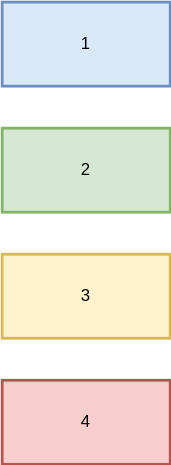
Earlier version of the draw.io export 2021-09-20 Notion Journal Structure.svg (androchentw/diagrams-res). Source tidied: cells renumbered, new cells last; positions are measured from the earlier drawing's top-left corner, leaving out a move shared by most shapes. Its diagram source:
```xml
<mxGraphModel>
  <root>
    <mxCell id="0" />
    <mxCell id="1" parent="0" />
    <mxCell id="2" value="3" style="whiteSpace=wrap;html=1;strokeWidth=2;fillColor=#fff2cc;strokeColor=#d6b656;fontStyle=0;" parent="1" vertex="1">
      <mxGeometry y="180" width="120" height="60" as="geometry" />
    </mxCell>
    <mxCell id="3" value="1" style="whiteSpace=wrap;html=1;strokeWidth=2;fillColor=#dae8fc;strokeColor=#6c8ebf;fontStyle=0;" parent="1" vertex="1">
      <mxGeometry width="120" height="60" as="geometry" />
    </mxCell>
    <mxCell id="4" value="4" style="whiteSpace=wrap;html=1;strokeWidth=2;fillColor=#f8cecc;strokeColor=#b85450;fontStyle=0;" parent="1" vertex="1">
      <mxGeometry y="270" width="120" height="60" as="geometry" />
    </mxCell>
    <mxCell id="5" value="2" style="whiteSpace=wrap;html=1;strokeWidth=2;fillColor=#d5e8d4;strokeColor=#82b366;" parent="1" vertex="1">
      <mxGeometry y="90" width="120" height="60" as="geometry" />
    </mxCell>
  </root>
</mxGraphModel>
```
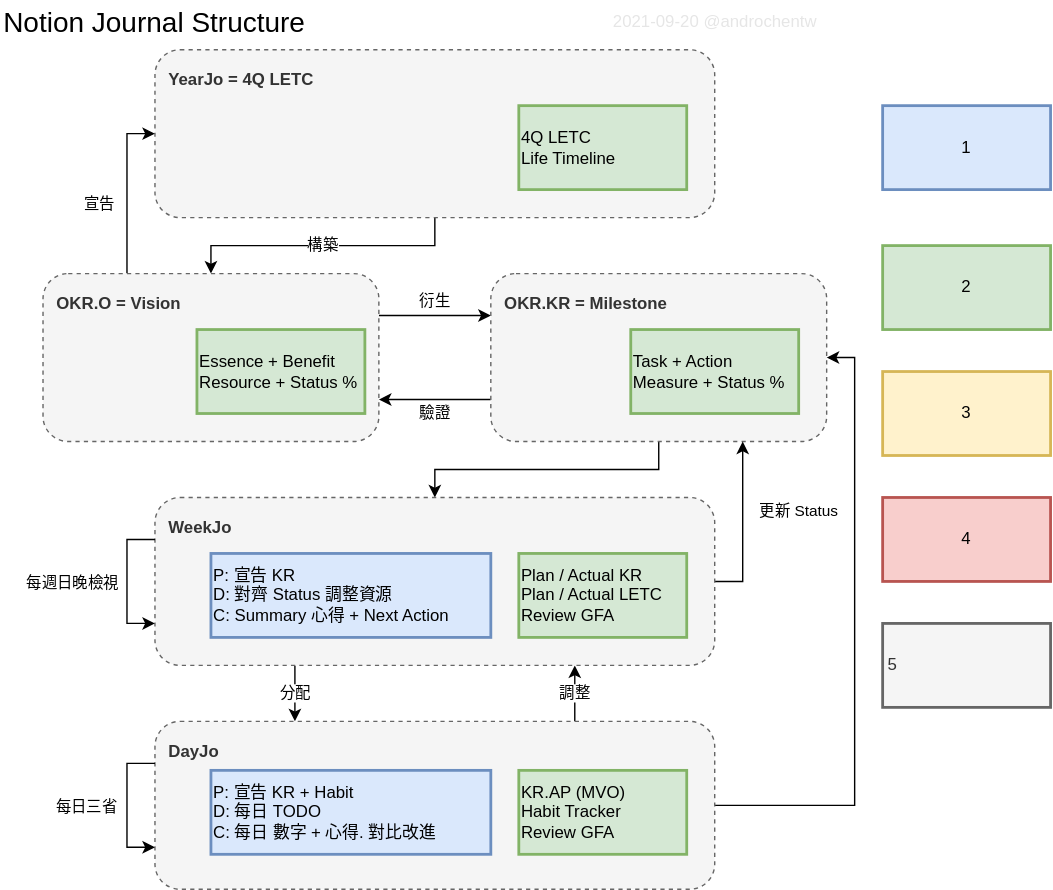
The same file after the commit.

Change to the diagram source:
```diff
@@ -1,12 +1,36 @@
-<mxGraphModel>
+<mxGraphModel background="#ffffff">
   <root>
     <mxCell id="0" />
     <mxCell id="1" parent="0" />
+    <mxCell id="6" value="構築" style="edgeStyle=orthogonalEdgeStyle;rounded=0;jettySize=auto;html=1;exitX=0.5;exitY=1;exitDx=0;exitDy=0;" parent="1" edge="1" source="7" target="10">
+      <mxGeometry relative="1" as="geometry" />
+    </mxCell>
+    <mxCell id="7" value="YearJo = 4Q LETC" style="rounded=1;whiteSpace=wrap;html=1;fillColor=#f5f5f5;dashed=1;align=left;verticalAlign=top;spacingTop=0;spacing=10;strokeColor=#666666;fontColor=#333333;fontStyle=1;" parent="1" vertex="1">
+      <mxGeometry x="-520" y="-50" width="400" height="120" as="geometry" />
+    </mxCell>
+    <mxCell id="8" value="衍生" style="edgeStyle=orthogonalEdgeStyle;rounded=0;jettySize=auto;html=1;exitX=1;exitY=0.25;exitDx=0;exitDy=0;entryX=0;entryY=0.25;entryDx=0;entryDy=0;" parent="1" edge="1" source="10" target="13">
+      <mxGeometry y="10" relative="1" as="geometry" />
+    </mxCell>
+    <mxCell id="9" value="宣告" style="edgeStyle=orthogonalEdgeStyle;rounded=0;jettySize=auto;html=1;exitX=0.25;exitY=0;exitDx=0;exitDy=0;entryX=0;entryY=0.5;entryDx=0;entryDy=0;" parent="1" edge="1" source="10" target="7">
+      <mxGeometry x="-0.17" y="20" relative="1" as="geometry" />
+    </mxCell>
+    <mxCell id="10" value="OKR.O = Vision" style="rounded=1;whiteSpace=wrap;html=1;fillColor=#f5f5f5;dashed=1;align=left;verticalAlign=top;spacingTop=0;spacing=10;strokeColor=#666666;fontColor=#333333;fontStyle=1;" parent="1" vertex="1">
+      <mxGeometry x="-600" y="110" width="240" height="120" as="geometry" />
+    </mxCell>
+    <mxCell id="11" value="驗證" style="edgeStyle=orthogonalEdgeStyle;rounded=0;jettySize=auto;html=1;exitX=0;exitY=0.75;exitDx=0;exitDy=0;entryX=1;entryY=0.75;entryDx=0;entryDy=0;" parent="1" edge="1" source="13" target="10">
+      <mxGeometry y="10" relative="1" as="geometry" />
+    </mxCell>
+    <mxCell id="12" style="edgeStyle=orthogonalEdgeStyle;rounded=0;jettySize=auto;html=1;exitX=0.5;exitY=1;exitDx=0;exitDy=0;entryX=0.5;entryY=0;entryDx=0;entryDy=0;" parent="1" edge="1" source="13" target="29">
+      <mxGeometry relative="1" as="geometry" />
+    </mxCell>
+    <mxCell id="13" value="OKR.KR = Milestone" style="rounded=1;whiteSpace=wrap;html=1;fillColor=#f5f5f5;dashed=1;align=left;verticalAlign=top;spacingTop=0;spacing=10;strokeColor=#666666;fontColor=#333333;fontStyle=1;" parent="1" vertex="1">
+      <mxGeometry x="-280" y="110" width="240" height="120" as="geometry" />
+    </mxCell>
     <mxCell id="2" value="3" style="whiteSpace=wrap;html=1;strokeWidth=2;fillColor=#fff2cc;strokeColor=#d6b656;fontStyle=0;" parent="1" vertex="1">
       <mxGeometry y="180" width="120" height="60" as="geometry" />
     </mxCell>
     <mxCell id="3" value="1" style="whiteSpace=wrap;html=1;strokeWidth=2;fillColor=#dae8fc;strokeColor=#6c8ebf;fontStyle=0;" parent="1" vertex="1">
-      <mxGeometry width="120" height="60" as="geometry" />
+      <mxGeometry y="-10" width="120" height="60" as="geometry" />
     </mxCell>
     <mxCell id="4" value="4" style="whiteSpace=wrap;html=1;strokeWidth=2;fillColor=#f8cecc;strokeColor=#b85450;fontStyle=0;" parent="1" vertex="1">
       <mxGeometry y="270" width="120" height="60" as="geometry" />
@@ -14,5 +38,79 @@
     <mxCell id="5" value="2" style="whiteSpace=wrap;html=1;strokeWidth=2;fillColor=#d5e8d4;strokeColor=#82b366;" parent="1" vertex="1">
       <mxGeometry y="90" width="120" height="60" as="geometry" />
     </mxCell>
+    <mxCell id="14" value="&lt;span&gt;5&lt;/span&gt;" style="whiteSpace=wrap;html=1;strokeWidth=2;fillColor=#f5f5f5;strokeColor=#666666;fontColor=#333333;align=left;perimeterSpacing=0;spacingLeft=2;fontStyle=0;" parent="1" vertex="1">
+      <mxGeometry y="360" width="120" height="60" as="geometry" />
+    </mxCell>
+    <mxCell id="15" value="分配" style="edgeStyle=orthogonalEdgeStyle;rounded=0;jettySize=auto;html=1;exitX=0.25;exitY=1;exitDx=0;exitDy=0;entryX=0.25;entryY=0;entryDx=0;entryDy=0;" parent="1" edge="1" source="29" target="24">
+      <mxGeometry relative="1" as="geometry" />
+    </mxCell>
+    <mxCell id="16" value="調整" style="edgeStyle=orthogonalEdgeStyle;rounded=0;jettySize=auto;html=1;exitX=0.75;exitY=0;exitDx=0;exitDy=0;entryX=0.75;entryY=1;entryDx=0;entryDy=0;" parent="1" edge="1" source="24" target="29">
+      <mxGeometry relative="1" as="geometry" />
+    </mxCell>
+    <mxCell id="17" value="更新 Status" style="edgeStyle=orthogonalEdgeStyle;rounded=0;jettySize=auto;html=1;exitX=1;exitY=0.5;exitDx=0;exitDy=0;entryX=0.75;entryY=1;entryDx=0;entryDy=0;" parent="1" edge="1" source="29" target="13">
+      <mxGeometry x="0.17" y="-40" relative="1" as="geometry" />
+    </mxCell>
+    <mxCell id="18" value="2021-09-20 @androchentw" style="text;html=1;align=center;verticalAlign=middle;strokeColor=none;fontColor=#E6E6E6;" parent="1" vertex="1">
+      <mxGeometry x="-200" y="-80" width="160" height="20" as="geometry" />
+    </mxCell>
+    <mxCell id="19" value="Notion Journal Structure" style="text;html=1;align=left;verticalAlign=middle;strokeColor=none;fontSize=20;" parent="1" vertex="1">
+      <mxGeometry x="-630" y="-85" width="230" height="30" as="geometry" />
+    </mxCell>
+    <mxCell id="20" value="Task + Action&lt;br&gt;Measure + Status %" style="whiteSpace=wrap;html=1;strokeWidth=2;fillColor=#d5e8d4;strokeColor=#82b366;align=left;" parent="1" vertex="1">
+      <mxGeometry x="-180" y="150" width="120" height="60" as="geometry" />
+    </mxCell>
+    <mxCell id="21" value="Essence + Benefit&lt;br&gt;Resource + Status %" style="whiteSpace=wrap;html=1;strokeWidth=2;fillColor=#d5e8d4;strokeColor=#82b366;align=left;" parent="1" vertex="1">
+      <mxGeometry x="-490" y="150" width="120" height="60" as="geometry" />
+    </mxCell>
+    <mxCell id="22" value="4Q LETC&lt;br&gt;Life Timeline" style="whiteSpace=wrap;html=1;strokeWidth=2;fillColor=#d5e8d4;strokeColor=#82b366;align=left;" parent="1" vertex="1">
+      <mxGeometry x="-260" y="-10" width="120" height="60" as="geometry" />
+    </mxCell>
+    <mxCell id="23" style="edgeStyle=orthogonalEdgeStyle;rounded=0;jettySize=auto;html=1;exitX=1;exitY=0.5;exitDx=0;exitDy=0;entryX=1;entryY=0.5;entryDx=0;entryDy=0;" parent="1" edge="1" source="24" target="13">
+      <mxGeometry relative="1" as="geometry" />
+    </mxCell>
+    <mxCell id="24" value="DayJo" style="rounded=1;whiteSpace=wrap;html=1;fillColor=#f5f5f5;dashed=1;align=left;verticalAlign=top;spacingTop=0;spacing=10;strokeColor=#666666;fontColor=#333333;fontStyle=1;" parent="1" vertex="1">
+      <mxGeometry x="-520" y="430" width="400" height="120" as="geometry" />
+    </mxCell>
+    <mxCell id="25" value="P: 宣告&amp;nbsp;KR + Habit&lt;br&gt;D: 每日 TODO&lt;br&gt;C: 每日&amp;nbsp;數字 +&amp;nbsp;心得. 對比改進" style="whiteSpace=wrap;html=1;strokeWidth=2;fillColor=#dae8fc;strokeColor=#6c8ebf;fontStyle=0;align=left;" parent="1" vertex="1">
+      <mxGeometry x="-480" y="465" width="200" height="60" as="geometry" />
+    </mxCell>
+    <mxCell id="26" style="edgeStyle=orthogonalEdgeStyle;rounded=0;orthogonalLoop=1;jettySize=auto;html=1;exitX=0;exitY=0.25;exitDx=0;exitDy=0;entryX=0;entryY=0.75;entryDx=0;entryDy=0;" parent="1" edge="1" source="24" target="24">
+      <mxGeometry x="120" y="520" as="geometry">
+        <Array as="points">
+          <mxPoint x="-540" y="460" />
+          <mxPoint x="-540" y="520" />
+        </Array>
+      </mxGeometry>
+    </mxCell>
+    <mxCell id="27" value="每日三省" style="edgeLabel;html=1;align=center;verticalAlign=middle;" parent="26" vertex="1">
+      <mxGeometry x="0.03" y="-1" relative="1" as="geometry">
+        <mxPoint x="-29" y="-2" as="offset" />
+      </mxGeometry>
+    </mxCell>
+    <mxCell id="28" value="KR.AP (MVO)&lt;br&gt;Habit Tracker&lt;br&gt;Review GFA" style="whiteSpace=wrap;html=1;strokeWidth=2;fillColor=#d5e8d4;strokeColor=#82b366;align=left;" parent="1" vertex="1">
+      <mxGeometry x="-260" y="465" width="120" height="60" as="geometry" />
+    </mxCell>
+    <mxCell id="29" value="WeekJo" style="rounded=1;whiteSpace=wrap;html=1;fillColor=#f5f5f5;dashed=1;align=left;verticalAlign=top;spacingTop=0;spacing=10;strokeColor=#666666;fontColor=#333333;fontStyle=1;" parent="1" vertex="1">
+      <mxGeometry x="-520" y="270" width="400" height="120" as="geometry" />
+    </mxCell>
+    <mxCell id="30" value="P: 宣告 KR&lt;br&gt;D: 對齊 Status&amp;nbsp;調整資源&lt;br&gt;C: Summary&amp;nbsp;心得&amp;nbsp;+ Next Action" style="whiteSpace=wrap;html=1;strokeWidth=2;fillColor=#dae8fc;strokeColor=#6c8ebf;fontStyle=0;align=left;" parent="1" vertex="1">
+      <mxGeometry x="-480" y="310" width="200" height="60" as="geometry" />
+    </mxCell>
+    <mxCell id="31" style="edgeStyle=orthogonalEdgeStyle;rounded=0;orthogonalLoop=1;jettySize=auto;html=1;exitX=0;exitY=0.25;exitDx=0;exitDy=0;entryX=0;entryY=0.75;entryDx=0;entryDy=0;" parent="1" edge="1" source="29" target="29">
+      <mxGeometry x="120" y="360" as="geometry">
+        <Array as="points">
+          <mxPoint x="-540" y="300" />
+          <mxPoint x="-540" y="360" />
+        </Array>
+      </mxGeometry>
+    </mxCell>
+    <mxCell id="32" value="每週日晚檢視" style="edgeLabel;html=1;align=center;verticalAlign=middle;" parent="31" vertex="1">
+      <mxGeometry x="0.01" y="-1" relative="1" as="geometry">
+        <mxPoint x="-39" y="-1" as="offset" />
+      </mxGeometry>
+    </mxCell>
+    <mxCell id="33" value="Plan / Actual KR&lt;br&gt;Plan / Actual&amp;nbsp;LETC&lt;br&gt;Review GFA" style="whiteSpace=wrap;html=1;strokeWidth=2;fillColor=#d5e8d4;strokeColor=#82b366;align=left;" parent="1" vertex="1">
+      <mxGeometry x="-260" y="310" width="120" height="60" as="geometry" />
+    </mxCell>
   </root>
 </mxGraphModel>
```
